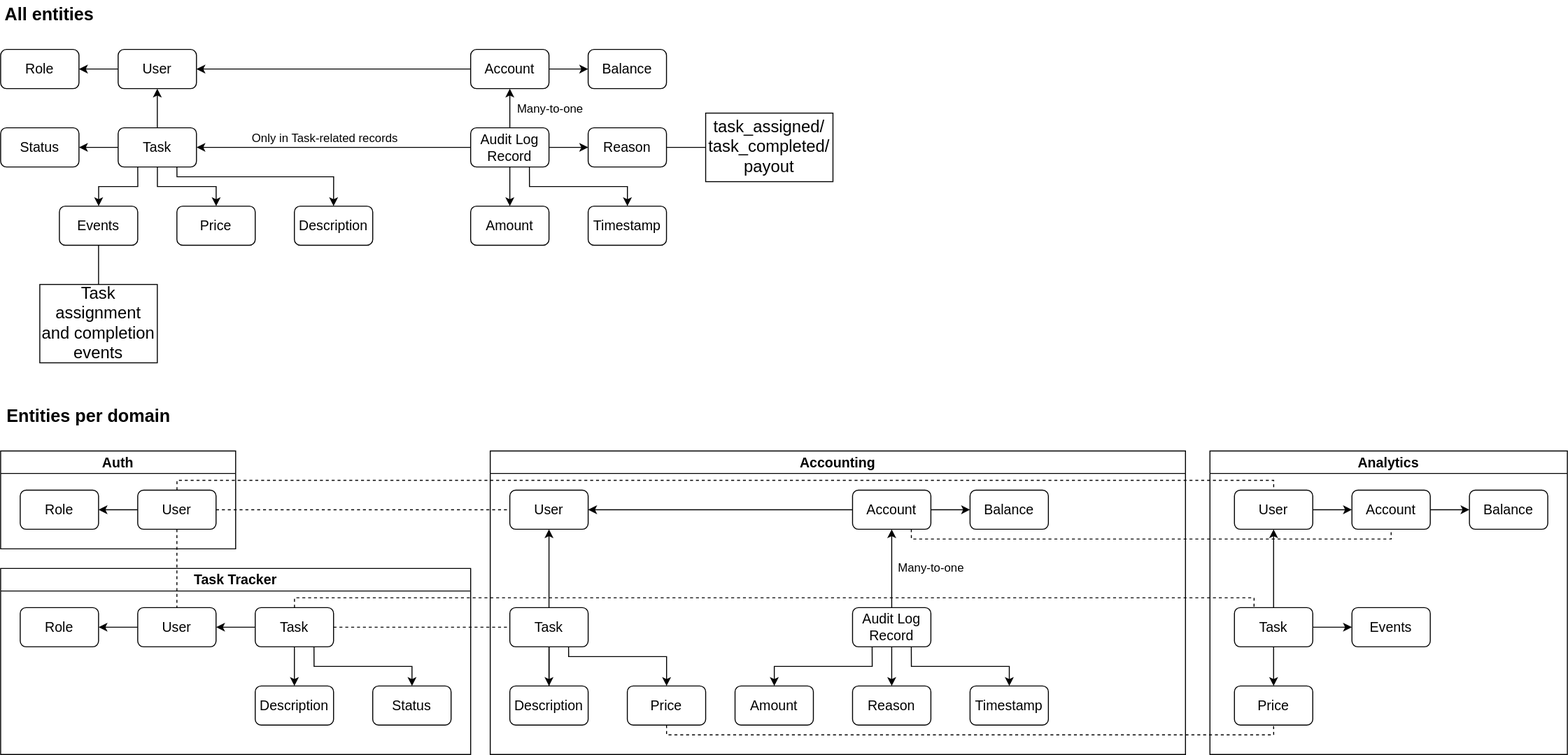
The draw.io diagram data-model.drawio.svg in d-ryzhykau/async-architecture, before a commit. Source tidied: cells renumbered, new cells last; positions are measured from the earlier drawing's top-left corner, leaving out a move shared by most shapes.
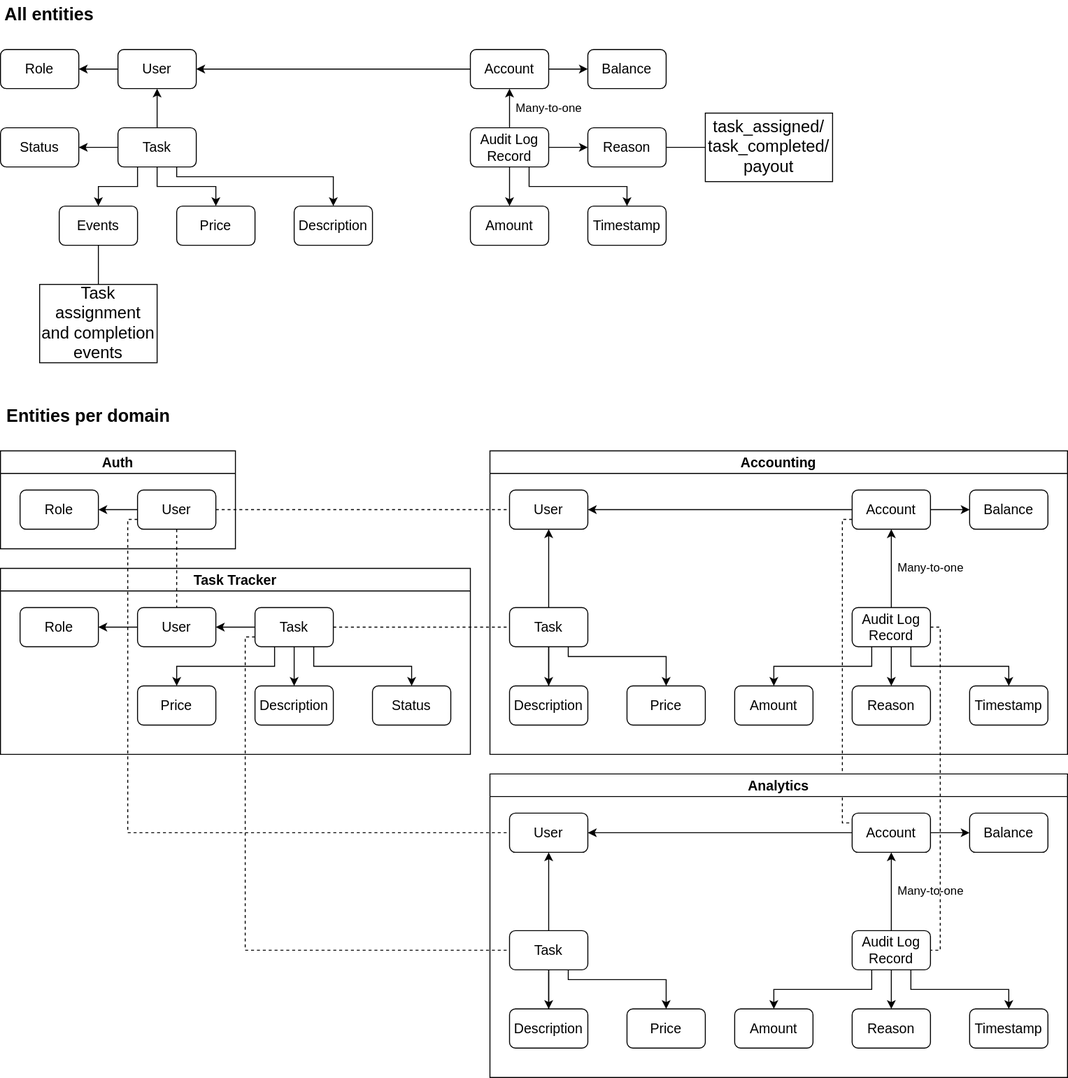
Above is the later version.

What changed in the source:
```diff
@@ -3,7 +3,7 @@
     <mxCell id="0" />
     <mxCell id="1" parent="0" />
     <mxCell id="2" value="Accounting" style="swimlane;whiteSpace=wrap;html=1;fontSize=14;fillColor=default;" parent="1" vertex="1">
-      <mxGeometry x="500" y="460" width="710" height="310" as="geometry" />
+      <mxGeometry x="500" y="460" width="590" height="310" as="geometry" />
     </mxCell>
     <mxCell id="3" style="edgeStyle=orthogonalEdgeStyle;rounded=0;html=1;fontSize=14;endArrow=none;endFill=0;startArrow=classic;startFill=1;" parent="2" edge="1" source="4" target="11">
       <mxGeometry relative="1" as="geometry" />
@@ -127,14 +127,6 @@
     <mxCell id="36" value="Account" style="rounded=1;whiteSpace=wrap;html=1;fontSize=14;" parent="1" vertex="1">
       <mxGeometry x="480" y="50" width="80" height="40" as="geometry" />
     </mxCell>
-    <mxCell id="37" style="edgeStyle=orthogonalEdgeStyle;rounded=0;html=1;fontSize=18;endArrow=classic;endFill=1;" parent="1" edge="1" source="44" target="31">
-      <mxGeometry relative="1" as="geometry" />
-    </mxCell>
-    <mxCell id="38" value="Only in Task-related records" style="edgeLabel;html=1;align=center;verticalAlign=middle;fontSize=12;labelBackgroundColor=none;" parent="37" vertex="1">
-      <mxGeometry x="0.14" y="4" relative="1" as="geometry">
-        <mxPoint x="10" y="-14" as="offset" />
-      </mxGeometry>
-    </mxCell>
     <mxCell id="39" style="edgeStyle=orthogonalEdgeStyle;rounded=0;html=1;fontSize=18;endArrow=classic;endFill=1;" parent="1" edge="1" source="44" target="77">
       <mxGeometry relative="1" as="geometry" />
     </mxCell>
@@ -176,6 +168,9 @@
     <mxCell id="51" style="edgeStyle=orthogonalEdgeStyle;rounded=0;html=1;fontSize=18;endArrow=classic;endFill=1;" parent="49" edge="1" source="52" target="58">
       <mxGeometry relative="1" as="geometry" />
     </mxCell>
+    <mxCell id="90" style="edgeStyle=orthogonalEdgeStyle;html=1;exitX=0.25;exitY=1;exitDx=0;exitDy=0;entryX=0.5;entryY=0;entryDx=0;entryDy=0;rounded=0;" parent="49" edge="1" source="52" target="91">
+      <mxGeometry relative="1" as="geometry" />
+    </mxCell>
     <mxCell id="52" value="Task" style="rounded=1;whiteSpace=wrap;html=1;fontSize=14;" parent="49" vertex="1">
       <mxGeometry x="260" y="40" width="80" height="40" as="geometry" />
     </mxCell>
@@ -197,6 +192,9 @@
     <mxCell id="58" value="Description" style="rounded=1;whiteSpace=wrap;html=1;fontSize=14;" parent="49" vertex="1">
       <mxGeometry x="260" y="120" width="80" height="40" as="geometry" />
     </mxCell>
+    <mxCell id="91" value="Price" style="rounded=1;whiteSpace=wrap;html=1;fontSize=14;" parent="49" vertex="1">
+      <mxGeometry x="140" y="120" width="80" height="40" as="geometry" />
+    </mxCell>
     <mxCell id="59" style="edgeStyle=none;html=1;fontSize=14;endArrow=none;endFill=0;dashed=1;" parent="1" edge="1" source="48" target="57">
       <mxGeometry relative="1" as="geometry" />
     </mxCell>
@@ -206,42 +204,6 @@
     <mxCell id="61" style="edgeStyle=orthogonalEdgeStyle;html=1;fontSize=14;endArrow=none;endFill=0;rounded=0;dashed=1;" parent="1" edge="1" source="52" target="8">
       <mxGeometry relative="1" as="geometry" />
     </mxCell>
-    <mxCell id="62" value="Analytics" style="swimlane;whiteSpace=wrap;html=1;fontSize=14;" parent="1" vertex="1">
-      <mxGeometry x="1235" y="460" width="365" height="310" as="geometry" />
-    </mxCell>
-    <mxCell id="63" style="edgeStyle=orthogonalEdgeStyle;rounded=0;jumpStyle=arc;html=1;entryX=0.5;entryY=1;entryDx=0;entryDy=0;labelBackgroundColor=none;fontSize=12;startArrow=none;startFill=0;endArrow=classic;endFill=1;" parent="62" edge="1" source="68" target="65">
-      <mxGeometry relative="1" as="geometry" />
-    </mxCell>
-    <mxCell id="64" style="edgeStyle=orthogonalEdgeStyle;rounded=0;html=1;endArrow=classic;endFill=1;" parent="62" edge="1" source="65" target="72">
-      <mxGeometry relative="1" as="geometry" />
-    </mxCell>
-    <mxCell id="65" value="User" style="rounded=1;whiteSpace=wrap;html=1;fontSize=14;" parent="62" vertex="1">
-      <mxGeometry x="25" y="40" width="80" height="40" as="geometry" />
-    </mxCell>
-    <mxCell id="66" style="edgeStyle=orthogonalEdgeStyle;rounded=0;html=1;endArrow=classic;endFill=1;" parent="62" edge="1" source="68" target="69">
-      <mxGeometry relative="1" as="geometry" />
-    </mxCell>
-    <mxCell id="67" style="edgeStyle=orthogonalEdgeStyle;rounded=0;html=1;endArrow=classic;endFill=1;" parent="62" edge="1" source="68" target="70">
-      <mxGeometry relative="1" as="geometry" />
-    </mxCell>
-    <mxCell id="68" value="Task" style="rounded=1;whiteSpace=wrap;html=1;fontSize=14;" parent="62" vertex="1">
-      <mxGeometry x="25" y="160" width="80" height="40" as="geometry" />
-    </mxCell>
-    <mxCell id="69" value="Price" style="rounded=1;whiteSpace=wrap;html=1;fontSize=14;" parent="62" vertex="1">
-      <mxGeometry x="25" y="240" width="80" height="40" as="geometry" />
-    </mxCell>
-    <mxCell id="70" value="Events" style="rounded=1;whiteSpace=wrap;html=1;fontSize=14;" parent="62" vertex="1">
-      <mxGeometry x="145" y="160" width="80" height="40" as="geometry" />
-    </mxCell>
-    <mxCell id="71" style="edgeStyle=orthogonalEdgeStyle;rounded=0;html=1;endArrow=classic;endFill=1;" parent="62" edge="1" source="72" target="73">
-      <mxGeometry relative="1" as="geometry" />
-    </mxCell>
-    <mxCell id="72" value="Account" style="rounded=1;whiteSpace=wrap;html=1;fontSize=14;" parent="62" vertex="1">
-      <mxGeometry x="145" y="40" width="80" height="40" as="geometry" />
-    </mxCell>
-    <mxCell id="73" value="Balance" style="rounded=1;whiteSpace=wrap;html=1;fontSize=14;" parent="62" vertex="1">
-      <mxGeometry x="265" y="40" width="80" height="40" as="geometry" />
-    </mxCell>
     <mxCell id="74" value="All entities" style="text;html=1;strokeColor=none;fillColor=none;align=center;verticalAlign=middle;whiteSpace=wrap;rounded=0;fontSize=18;fontStyle=1;" parent="1" vertex="1">
       <mxGeometry width="100" height="30" as="geometry" />
     </mxCell>
@@ -260,39 +222,15 @@
     <mxCell id="79" value="Amount" style="rounded=1;whiteSpace=wrap;html=1;fontSize=14;" parent="1" vertex="1">
       <mxGeometry x="480" y="210" width="80" height="40" as="geometry" />
     </mxCell>
-    <mxCell id="80" style="edgeStyle=orthogonalEdgeStyle;rounded=0;jumpStyle=arc;html=1;dashed=1;labelBackgroundColor=none;fontSize=12;startArrow=none;startFill=0;endArrow=none;endFill=0;" parent="1" edge="1" source="48" target="65">
-      <mxGeometry relative="1" as="geometry">
-        <Array as="points">
-          <mxPoint x="180" y="490" />
-          <mxPoint x="1300" y="490" />
-        </Array>
-      </mxGeometry>
-    </mxCell>
     <mxCell id="81" value="Timestamp" style="rounded=1;whiteSpace=wrap;html=1;fontSize=14;" parent="1" vertex="1">
       <mxGeometry x="600" y="210" width="80" height="40" as="geometry" />
     </mxCell>
-    <mxCell id="82" style="edgeStyle=orthogonalEdgeStyle;rounded=0;html=1;entryX=0.25;entryY=0;entryDx=0;entryDy=0;dashed=1;endArrow=none;endFill=0;" parent="1" edge="1" source="52" target="68">
-      <mxGeometry relative="1" as="geometry">
-        <Array as="points">
-          <mxPoint x="300" y="610" />
-          <mxPoint x="1280" y="610" />
-        </Array>
-      </mxGeometry>
-    </mxCell>
     <mxCell id="83" value="Balance" style="rounded=1;whiteSpace=wrap;html=1;fontSize=14;" parent="1" vertex="1">
       <mxGeometry x="600" y="50" width="80" height="40" as="geometry" />
     </mxCell>
     <mxCell id="84" value="task_assigned/&lt;br&gt;task_completed/&lt;br&gt;payout" style="rounded=0;whiteSpace=wrap;html=1;fontSize=17;" parent="1" vertex="1">
       <mxGeometry x="720" y="115" width="130" height="70" as="geometry" />
     </mxCell>
-    <mxCell id="85" style="edgeStyle=orthogonalEdgeStyle;rounded=0;html=1;entryX=0.5;entryY=1;entryDx=0;entryDy=0;endArrow=none;endFill=0;dashed=1;" parent="1" edge="1" source="16" target="69">
-      <mxGeometry relative="1" as="geometry">
-        <Array as="points">
-          <mxPoint x="680" y="750" />
-          <mxPoint x="1300" y="750" />
-        </Array>
-      </mxGeometry>
-    </mxCell>
     <mxCell id="86" value="Events" style="rounded=1;whiteSpace=wrap;html=1;fontSize=14;" parent="1" vertex="1">
       <mxGeometry x="60" y="210" width="80" height="40" as="geometry" />
     </mxCell>
@@ -302,8 +240,115 @@
     <mxCell id="88" value="Task assignment and completion events" style="rounded=0;whiteSpace=wrap;html=1;fontSize=17;" parent="1" vertex="1">
       <mxGeometry x="40" y="290" width="120" height="80" as="geometry" />
     </mxCell>
-    <mxCell id="89" style="edgeStyle=orthogonalEdgeStyle;rounded=0;html=1;exitX=0.75;exitY=1;exitDx=0;exitDy=0;entryX=0.5;entryY=1;entryDx=0;entryDy=0;endArrow=none;endFill=0;dashed=1;" parent="1" edge="1" source="11" target="72">
-      <mxGeometry relative="1" as="geometry" />
+    <mxCell id="89" style="edgeStyle=orthogonalEdgeStyle;rounded=0;html=1;dashed=1;endArrow=none;endFill=0;" parent="1" edge="1" source="11" target="72">
+      <mxGeometry relative="1" as="geometry">
+        <Array as="points">
+          <mxPoint x="860" y="530" />
+          <mxPoint x="860" y="840" />
+        </Array>
+      </mxGeometry>
     </mxCell>
+    <mxCell id="62" value="Analytics" style="swimlane;whiteSpace=wrap;html=1;fontSize=14;fillColor=#FFFFFF;" parent="1" vertex="1">
+      <mxGeometry x="500" y="790" width="590" height="310" as="geometry" />
+    </mxCell>
+    <mxCell id="64" style="edgeStyle=orthogonalEdgeStyle;rounded=0;html=1;fontSize=14;endArrow=none;endFill=0;startArrow=classic;startFill=1;" parent="62" edge="1" source="65" target="72">
+      <mxGeometry relative="1" as="geometry" />
+    </mxCell>
+    <mxCell id="65" value="User" style="rounded=1;whiteSpace=wrap;html=1;fontSize=14;" parent="62" vertex="1">
+      <mxGeometry x="20" y="40" width="80" height="40" as="geometry" />
+    </mxCell>
+    <mxCell id="63" style="edgeStyle=none;html=1;fontSize=14;endArrow=classic;endFill=1;" parent="62" edge="1" source="68" target="65">
+      <mxGeometry relative="1" as="geometry" />
+    </mxCell>
+    <mxCell id="92" style="edgeStyle=orthogonalEdgeStyle;rounded=0;html=1;fontSize=14;endArrow=classic;endFill=1;startArrow=none;exitX=0.75;exitY=1;exitDx=0;exitDy=0;" parent="62" edge="1" source="68" target="99">
+      <mxGeometry relative="1" as="geometry">
+        <Array as="points">
+          <mxPoint x="80" y="210" />
+          <mxPoint x="180" y="210" />
+        </Array>
+      </mxGeometry>
+    </mxCell>
+    <mxCell id="93" style="edgeStyle=orthogonalEdgeStyle;rounded=0;html=1;fontSize=18;startArrow=none;startFill=0;endArrow=classic;endFill=1;" parent="62" edge="1" source="68" target="101">
+      <mxGeometry relative="1" as="geometry" />
+    </mxCell>
+    <mxCell id="68" value="Task" style="rounded=1;whiteSpace=wrap;html=1;fontSize=14;" parent="62" vertex="1">
+      <mxGeometry x="20" y="160" width="80" height="40" as="geometry" />
+    </mxCell>
+    <mxCell id="94" value="Many-to-one" style="edgeStyle=orthogonalEdgeStyle;rounded=0;html=1;fontSize=12;endArrow=none;endFill=0;startArrow=classic;startFill=1;labelBackgroundColor=none;" parent="62" edge="1" source="72" target="98">
+      <mxGeometry y="40" relative="1" as="geometry" />
+    </mxCell>
+    <mxCell id="71" style="edgeStyle=orthogonalEdgeStyle;rounded=0;html=1;endArrow=classic;endFill=1;" parent="62" edge="1" source="72" target="73">
+      <mxGeometry relative="1" as="geometry" />
+    </mxCell>
+    <mxCell id="72" value="Account" style="rounded=1;whiteSpace=wrap;html=1;fontSize=14;" parent="62" vertex="1">
+      <mxGeometry x="370" y="40" width="80" height="40" as="geometry" />
+    </mxCell>
+    <mxCell id="95" style="edgeStyle=orthogonalEdgeStyle;rounded=0;jumpStyle=arc;html=1;labelBackgroundColor=none;fontSize=12;startArrow=none;startFill=0;endArrow=classic;endFill=1;exitX=0.25;exitY=1;exitDx=0;exitDy=0;" parent="62" edge="1" source="98" target="103">
+      <mxGeometry relative="1" as="geometry">
+        <Array as="points">
+          <mxPoint x="390" y="220" />
+          <mxPoint x="290" y="220" />
+        </Array>
+      </mxGeometry>
+    </mxCell>
+    <mxCell id="96" style="edgeStyle=orthogonalEdgeStyle;rounded=0;jumpStyle=arc;html=1;labelBackgroundColor=none;fontSize=12;startArrow=none;startFill=0;endArrow=classic;endFill=1;exitX=0.5;exitY=1;exitDx=0;exitDy=0;" parent="62" edge="1" source="98" target="102">
+      <mxGeometry relative="1" as="geometry" />
+    </mxCell>
+    <mxCell id="97" style="edgeStyle=orthogonalEdgeStyle;rounded=0;jumpStyle=arc;html=1;labelBackgroundColor=none;fontSize=12;startArrow=none;startFill=0;endArrow=classic;endFill=1;exitX=0.75;exitY=1;exitDx=0;exitDy=0;" parent="62" edge="1" source="98" target="104">
+      <mxGeometry relative="1" as="geometry">
+        <Array as="points">
+          <mxPoint x="430" y="220" />
+          <mxPoint x="530" y="220" />
+        </Array>
+      </mxGeometry>
+    </mxCell>
+    <mxCell id="98" value="Audit Log Record" style="rounded=1;whiteSpace=wrap;html=1;fontSize=14;" parent="62" vertex="1">
+      <mxGeometry x="370" y="160" width="80" height="40" as="geometry" />
+    </mxCell>
+    <mxCell id="99" value="Price" style="rounded=1;whiteSpace=wrap;html=1;fontSize=14;" parent="62" vertex="1">
+      <mxGeometry x="140" y="240" width="80" height="40" as="geometry" />
+    </mxCell>
+    <mxCell id="100" style="edgeStyle=orthogonalEdgeStyle;rounded=0;html=1;fontSize=14;endArrow=none;endFill=1;" parent="62" edge="1" source="68" target="101">
+      <mxGeometry relative="1" as="geometry" />
+    </mxCell>
+    <mxCell id="101" value="Description" style="rounded=1;whiteSpace=wrap;html=1;fontSize=14;" parent="62" vertex="1">
+      <mxGeometry x="20" y="240" width="80" height="40" as="geometry" />
+    </mxCell>
+    <mxCell id="102" value="Reason" style="rounded=1;whiteSpace=wrap;html=1;fontSize=14;" parent="62" vertex="1">
+      <mxGeometry x="370" y="240" width="80" height="40" as="geometry" />
+    </mxCell>
+    <mxCell id="103" value="Amount" style="rounded=1;whiteSpace=wrap;html=1;fontSize=14;" parent="62" vertex="1">
+      <mxGeometry x="250" y="240" width="80" height="40" as="geometry" />
+    </mxCell>
+    <mxCell id="104" value="Timestamp" style="rounded=1;whiteSpace=wrap;html=1;fontSize=14;" parent="62" vertex="1">
+      <mxGeometry x="490" y="240" width="80" height="40" as="geometry" />
+    </mxCell>
+    <mxCell id="73" value="Balance" style="rounded=1;whiteSpace=wrap;html=1;fontSize=14;" parent="62" vertex="1">
+      <mxGeometry x="490" y="40" width="80" height="40" as="geometry" />
+    </mxCell>
+    <mxCell id="80" style="edgeStyle=orthogonalEdgeStyle;rounded=0;html=1;entryX=0;entryY=0.5;entryDx=0;entryDy=0;dashed=1;exitX=0;exitY=0.75;exitDx=0;exitDy=0;endArrow=none;endFill=0;" parent="1" edge="1" source="48" target="65">
+      <mxGeometry relative="1" as="geometry">
+        <Array as="points">
+          <mxPoint x="130" y="530" />
+          <mxPoint x="130" y="850" />
+        </Array>
+      </mxGeometry>
+    </mxCell>
+    <mxCell id="105" style="edgeStyle=orthogonalEdgeStyle;rounded=0;html=1;entryX=1;entryY=0.5;entryDx=0;entryDy=0;dashed=1;endArrow=none;endFill=0;" parent="1" edge="1" source="15" target="98">
+      <mxGeometry relative="1" as="geometry">
+        <Array as="points">
+          <mxPoint x="960" y="640" />
+          <mxPoint x="960" y="970" />
+        </Array>
+      </mxGeometry>
+    </mxCell>
+    <mxCell id="82" style="edgeStyle=orthogonalEdgeStyle;rounded=0;html=1;entryX=0;entryY=0.5;entryDx=0;entryDy=0;dashed=1;endArrow=none;endFill=0;" parent="1" edge="1" source="52" target="68">
+      <mxGeometry relative="1" as="geometry">
+        <Array as="points">
+          <mxPoint x="250" y="650" />
+          <mxPoint x="250" y="970" />
+        </Array>
+      </mxGeometry>
+    </mxCell>
   </root>
 </mxGraphModel>
```
